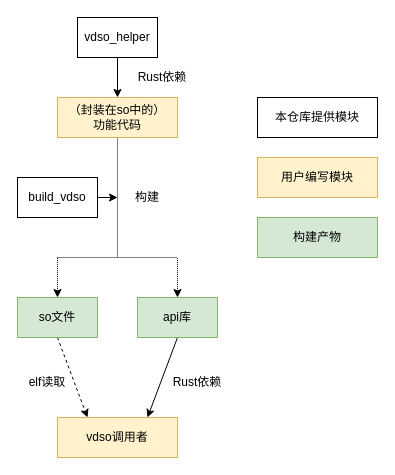
rosy233333/vdso_crate_template keeps this draw.io diagram as doc/assets/vdso模板项目结构3.0.drawio. Above is the earlier version. Source tidied: cells renumbered, new cells numbered last; positions are measured from the earlier drawing's top-left corner, leaving out a move shared by most shapes. Both pictures are drawn from the tidied source at 100%, with x=0, y=0 at pixel (17, 17).
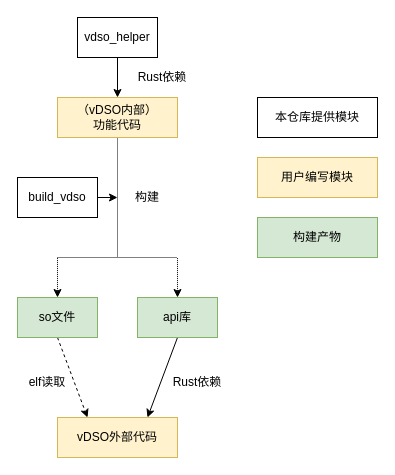
Above is the later version.

Diff of the diagram source:
```diff
@@
-    <mxCell id="3" value="&lt;div&gt;（封装在so中的）&lt;/div&gt;&lt;div&gt;&lt;span style=&quot;color: rgb(0, 0, 0);&quot;&gt;功能代码&lt;/span&gt;&lt;/div&gt;" style="rounded=0;whiteSpace=wrap;html=1;fillColor=#fff2cc;strokeColor=#d6b656;" parent="1" vertex="1">
+    <mxCell id="3" value="&lt;div&gt;（vDSO内部）&lt;/div&gt;&lt;div&gt;&lt;span style=&quot;color: rgb(0, 0, 0);&quot;&gt;功能代码&lt;/span&gt;&lt;/div&gt;" style="rounded=0;whiteSpace=wrap;html=1;fillColor=#fff2cc;strokeColor=#d6b656;" parent="1" vertex="1">
       <mxGeometry x="40" y="80" width="120" height="40" as="geometry" />
     </mxCell>
@@
-    <mxCell id="14" value="vdso调用者" style="rounded=0;whiteSpace=wrap;html=1;fillColor=#fff2cc;strokeColor=#d6b656;" parent="1" vertex="1">
+    <mxCell id="14" value="vDSO外部代码" style="rounded=0;whiteSpace=wrap;html=1;fillColor=#fff2cc;strokeColor=#d6b656;" parent="1" vertex="1">
       <mxGeometry x="40" y="400" width="120" height="40" as="geometry" />
     </mxCell>
```
